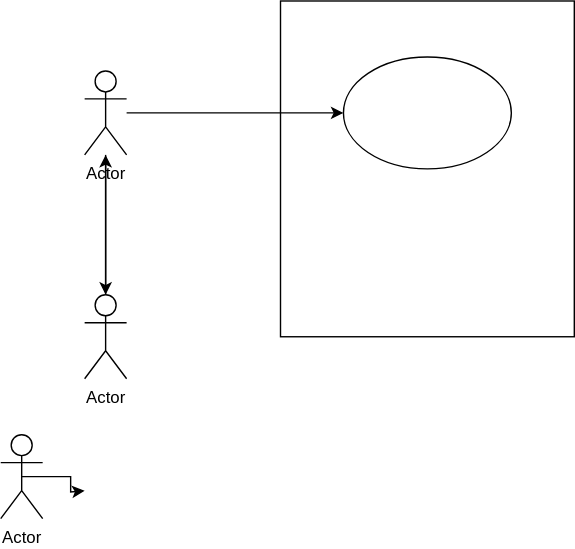
Earlier version of the draw.io export usecase.drawio.svg (SethabaAT/test-use-cases-md). Source tidied: cells renumbered, new cells last; positions are measured from the earlier drawing's top-left corner, leaving out a move shared by most shapes.
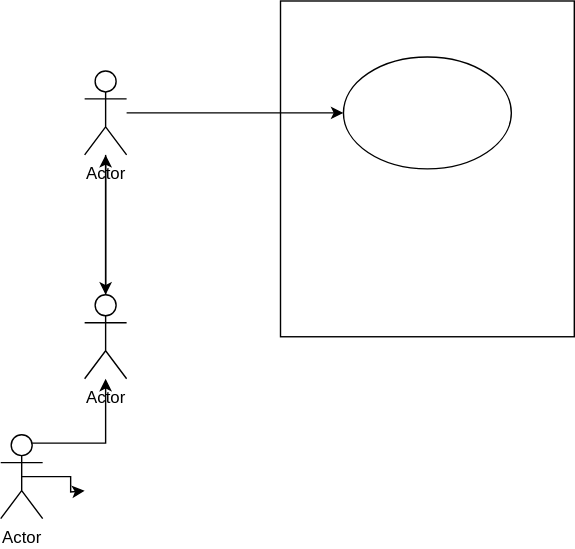
The same file after the commit.

Diff of the diagram source:
```diff
@@ -32,6 +32,9 @@
         </Array>
       </mxGeometry>
     </mxCell>
+    <mxCell id="11" style="edgeStyle=orthogonalEdgeStyle;rounded=0;jettySize=auto;html=1;exitX=0.75;exitY=0.1;exitDx=0;exitDy=0;exitPerimeter=0;" parent="1" edge="1" source="10" target="8">
+      <mxGeometry relative="1" as="geometry" />
+    </mxCell>
     <mxCell id="10" value="Actor" style="shape=umlActor;verticalLabelPosition=bottom;verticalAlign=top;html=1;outlineConnect=0;" parent="1" vertex="1">
       <mxGeometry y="310" width="30" height="60" as="geometry" />
     </mxCell>
```
